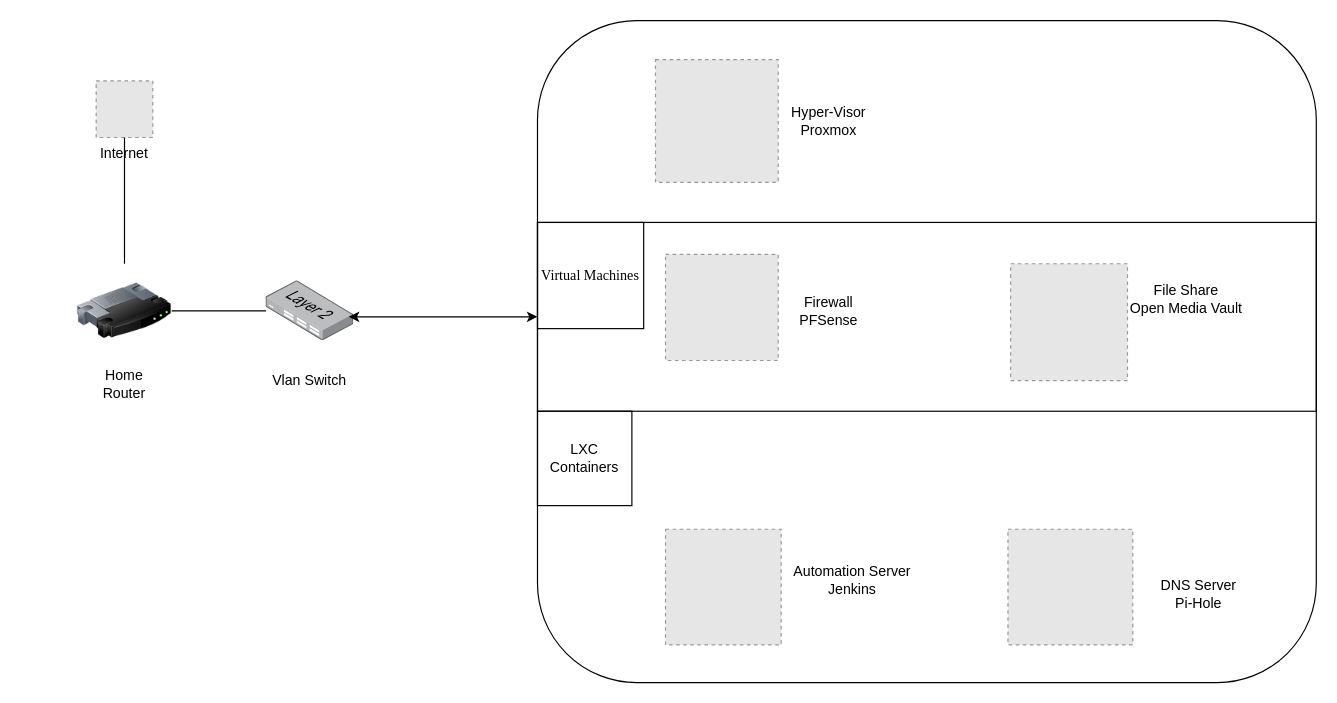
This is diagram/HomeLab.drawio from MoeRice/HomeLab, a draw.io file, before an edit. Source tidied: cells renumbered, new cells numbered last; positions are measured from the earlier drawing's top-left corner, leaving out a move shared by most shapes. Both pictures are drawn from the tidied source at 118%, with x=0, y=0 at pixel (77, 20). Pictures stored in the file or linked from it are replaced by grey dashed boxes.
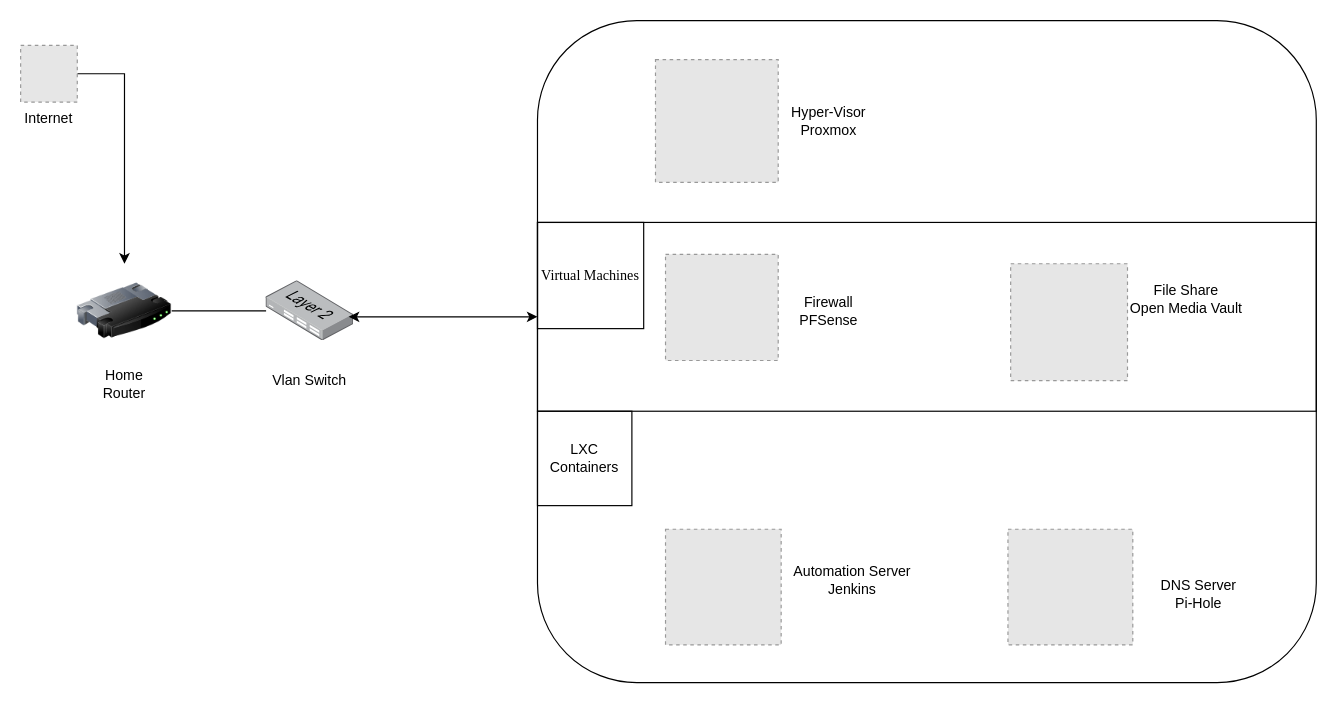
After the change.

Unchanged cells that the change refers to:
```xml
<mxCell id="3" style="image;html=1;image=img/lib/clip_art/networking/Router_128x128.png;" parent="1" vertex="1">
  <mxGeometry y="206" width="80" height="80" as="geometry" />
</mxCell>
```

The edit, as a diff of the source:
```diff
@@
+    <mxCell id="24" style="edgeStyle=orthogonalEdgeStyle;rounded=0;jettySize=auto;html=1;exitX=1;exitY=0.5;exitDx=0;exitDy=0;" parent="1" edge="1" source="2" target="3">
+      <mxGeometry relative="1" as="geometry" />
+    </mxCell>
     <mxCell id="2" value="Internet" style="fillColor=#E6E6E6;strokeColor=#999999;dashed=1;verticalLabelPosition=bottom;verticalAlign=top;labelBackgroundColor=#ffffff;" parent="1" vertex="1">
-      <mxGeometry x="16" y="51" width="48" height="48" as="geometry" />
+      <mxGeometry x="-48" y="21" width="48" height="48" as="geometry" />
     </mxCell>
@@
-    <mxCell id="21" style="endArrow=none;html=1;" parent="1" edge="1" source="3" target="2">
-      <mxGeometry relative="1" as="geometry" />
-    </mxCell>
```
